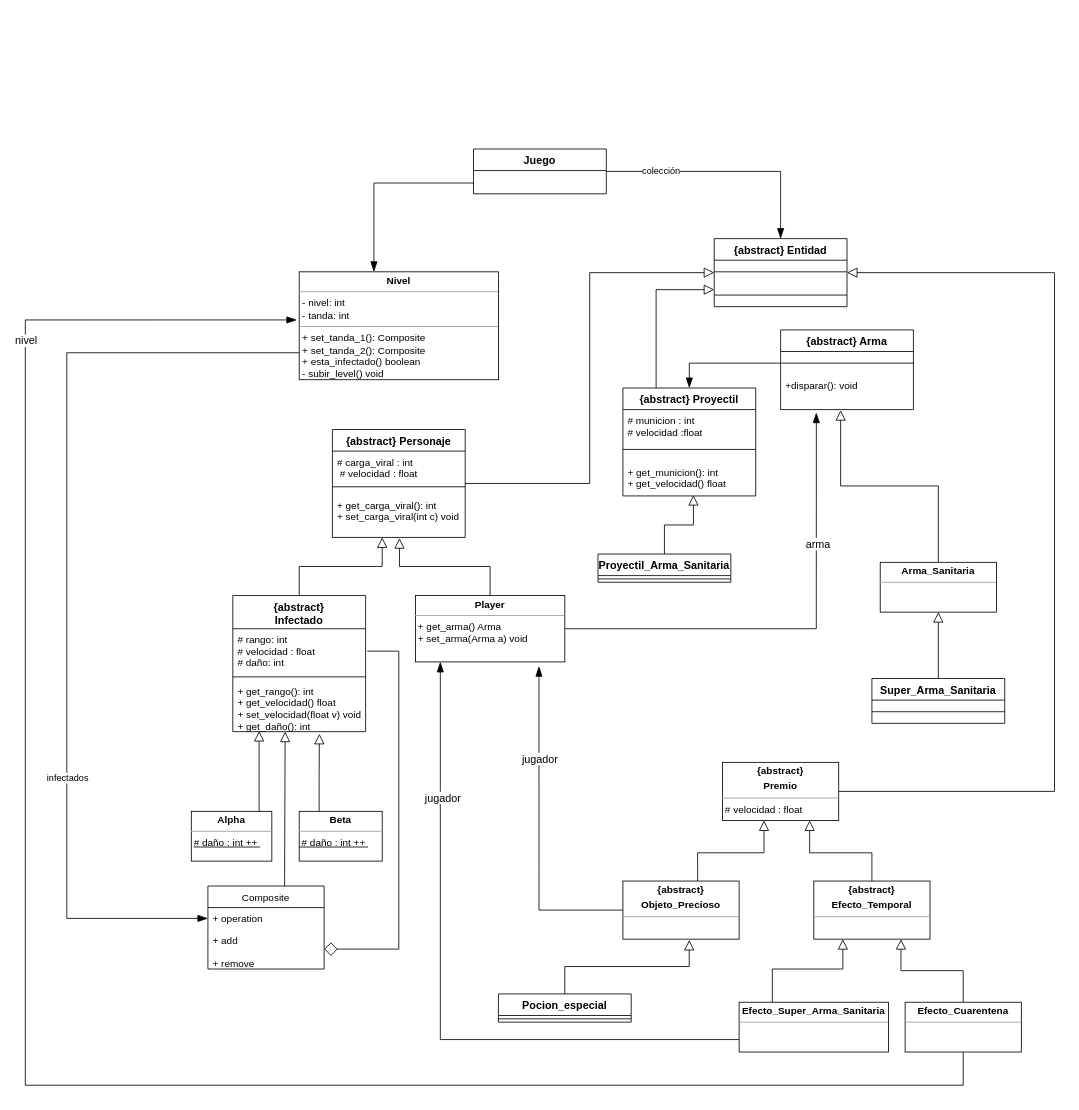
The draw.io diagram UML.drawio in ludmilaprolygin/Proyecto3-TDP, before the edit. Source tidied: cells renumbered, new cells numbered last; positions are measured from the earlier drawing's top-left corner, leaving out a move shared by most shapes. Both pictures are drawn from the tidied source at 83%, with x=0, y=0 at pixel (25, 149).
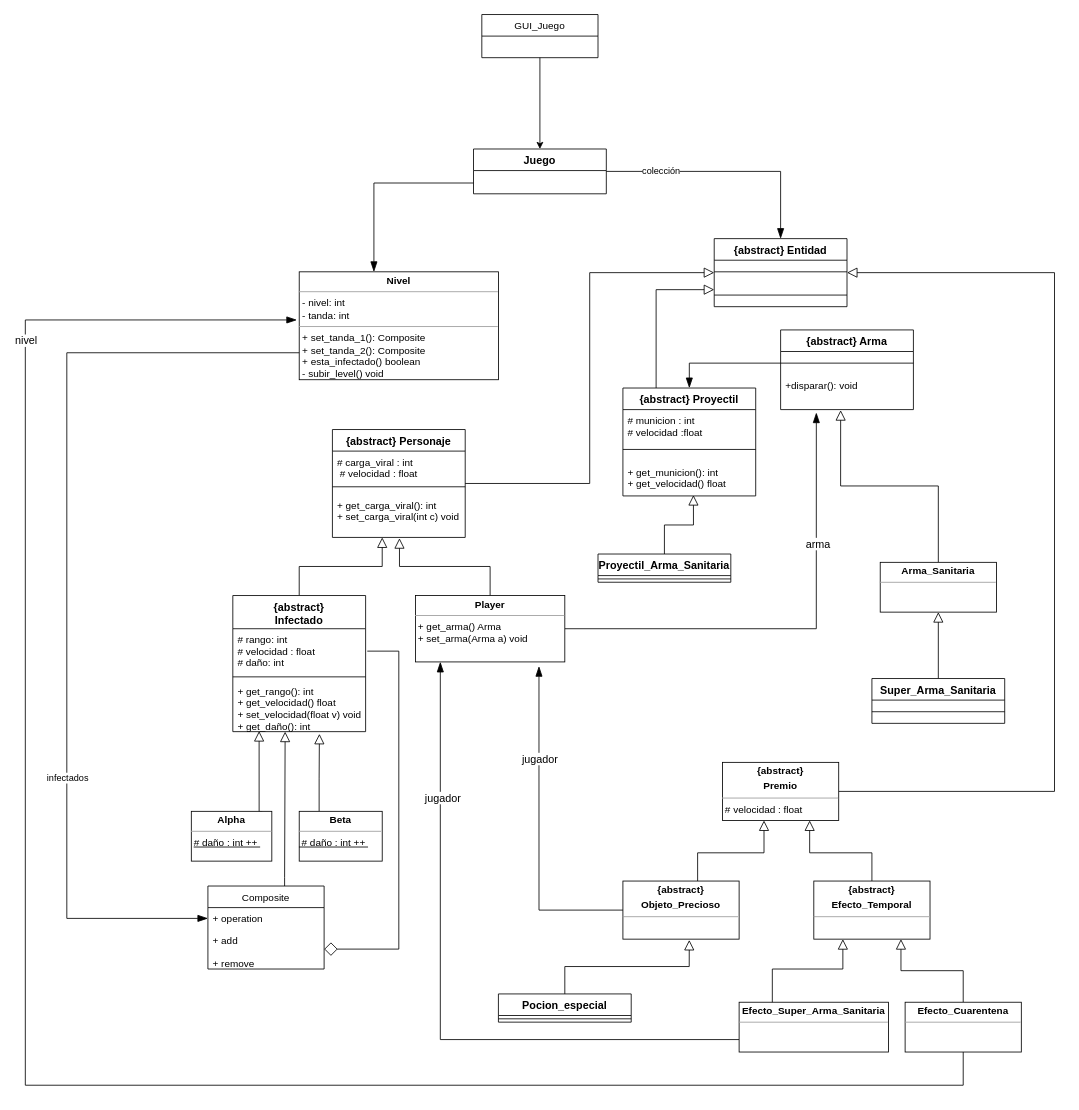
The same diagram, later.

The change refers to these unchanged cells:
```xml
<mxCell id="66" value="Juego" style="swimlane;fontStyle=1;align=center;verticalAlign=top;horizontal=1;startSize=26;fontSize=13;" parent="1" vertex="1">
  <mxGeometry x="540" width="160" height="54" as="geometry" />
</mxCell>
```

The edit, as a diff of the source:
```diff
@@
+    <mxCell id="71" style="edgeStyle=orthogonalEdgeStyle;rounded=0;jettySize=auto;html=1;entryX=0.5;entryY=0;entryDx=0;entryDy=0;" parent="1" edge="1" source="72" target="66">
+      <mxGeometry relative="1" as="geometry" />
+    </mxCell>
+    <mxCell id="72" value="GUI_Juego" style="swimlane;fontStyle=0;horizontal=1;startSize=26;fillColor=none;" parent="1" vertex="1">
+      <mxGeometry x="550" y="-162" width="140" height="52" as="geometry" />
+    </mxCell>
```
